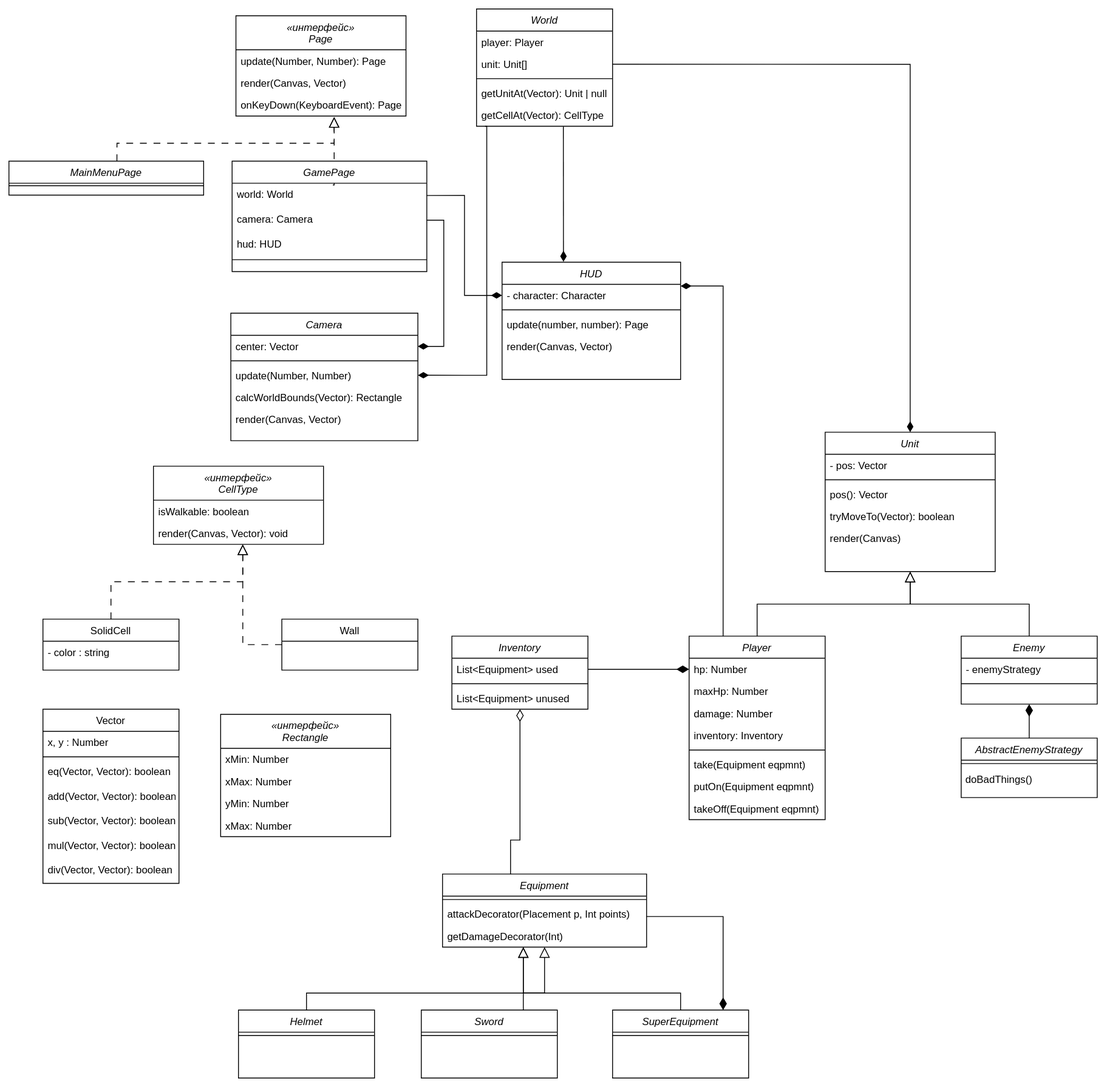
Above: images/Диаграмма классов.drawio.svg in Nikolai-SE/Roguelike (draw.io), before the change. Source tidied: cells renumbered, new cells last; positions are measured from the earlier drawing's top-left corner, leaving out a move shared by most shapes.
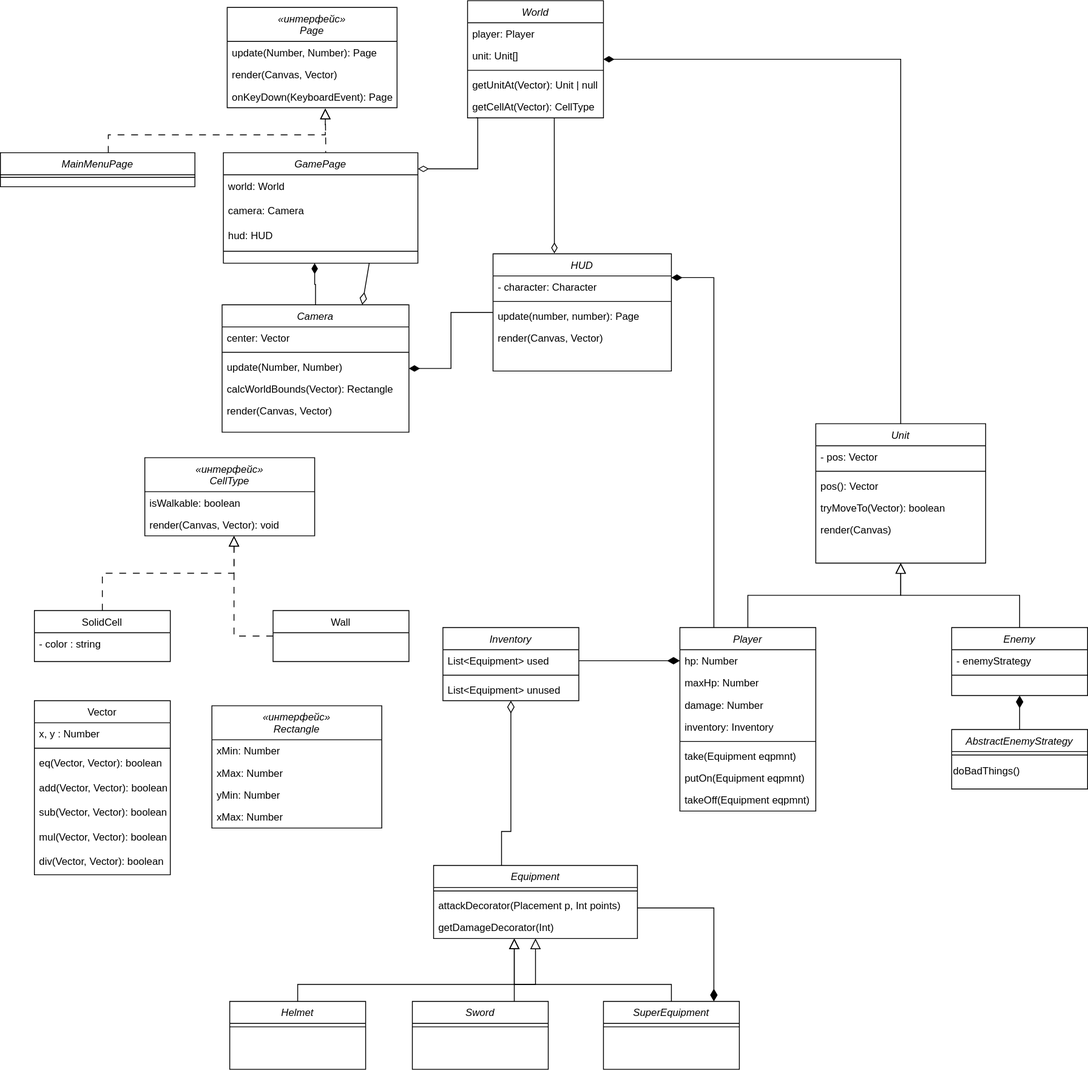
Above is the later version.

What changed in the source:
```diff
@@ -250,10 +250,14 @@
       <mxGeometry relative="1" as="geometry">
         <mxPoint x="382.5" y="127" as="targetPoint" />
         <Array as="points">
-          <mxPoint x="382.5" y="207" />
+          <mxPoint x="383" y="179" />
+          <mxPoint x="383" y="168" />
         </Array>
       </mxGeometry>
     </mxCell>
+    <mxCell id="103" style="edgeStyle=none;html=1;exitX=0.75;exitY=1;exitDx=0;exitDy=0;entryX=0.75;entryY=0;entryDx=0;entryDy=0;endArrow=diamondThin;endFill=0;endSize=12;" parent="1" edge="1" source="72" target="64">
+      <mxGeometry relative="1" as="geometry" />
+    </mxCell>
     <mxCell id="72" value="GamePage" style="swimlane;fontStyle=2;align=center;verticalAlign=top;horizontal=1;startSize=26;rounded=0;shadow=0;strokeWidth=1;" parent="1" vertex="1">
       <mxGeometry x="262.5" y="179" width="229" height="130" as="geometry" />
     </mxCell>
@@ -324,30 +328,31 @@
     <mxCell id="92" value="render(Canvas, Vector): void" style="text;align=left;verticalAlign=top;spacingLeft=4;spacingRight=4;overflow=hidden;rounded=0;shadow=0;html=0;" parent="90" vertex="1">
       <mxGeometry y="66" width="200" height="26" as="geometry" />
     </mxCell>
-    <mxCell id="93" style="edgeStyle=orthogonalEdgeStyle;rounded=0;jettySize=auto;html=1;exitX=1;exitY=0.5;exitDx=0;exitDy=0;entryX=0;entryY=0.5;entryDx=0;entryDy=0;endArrow=diamondThin;endFill=1;endSize=10;" parent="1" edge="1" source="73" target="60">
+    <mxCell id="93" style="edgeStyle=orthogonalEdgeStyle;rounded=0;jettySize=auto;html=1;endArrow=diamondThin;endFill=1;endSize=10;" parent="1" edge="1" source="59" target="64">
       <mxGeometry relative="1" as="geometry" />
     </mxCell>
-    <mxCell id="94" style="edgeStyle=orthogonalEdgeStyle;rounded=0;jettySize=auto;html=1;entryX=0.344;entryY=-0.004;entryDx=0;entryDy=0;entryPerimeter=0;endArrow=diamondThin;endFill=1;endSize=10;exitX=0.638;exitY=1.016;exitDx=0;exitDy=0;exitPerimeter=0;" parent="1" edge="1" source="89" target="59">
+    <mxCell id="94" style="edgeStyle=orthogonalEdgeStyle;rounded=0;jettySize=auto;html=1;entryX=0.344;entryY=-0.004;entryDx=0;entryDy=0;entryPerimeter=0;endArrow=diamondThin;endFill=0;endSize=10;exitX=0.638;exitY=1.016;exitDx=0;exitDy=0;exitPerimeter=0;" parent="1" edge="1" source="89" target="59">
       <mxGeometry relative="1" as="geometry">
         <Array as="points">
           <mxPoint x="652" y="140" />
         </Array>
       </mxGeometry>
     </mxCell>
-    <mxCell id="95" style="edgeStyle=orthogonalEdgeStyle;rounded=0;jettySize=auto;html=1;exitX=1;exitY=0.5;exitDx=0;exitDy=0;entryX=1;entryY=0.5;entryDx=0;entryDy=0;endArrow=diamondThin;endFill=1;endSize=10;" parent="1" edge="1" source="74" target="65">
-      <mxGeometry relative="1" as="geometry" />
-    </mxCell>
-    <mxCell id="96" style="edgeStyle=orthogonalEdgeStyle;rounded=0;jettySize=auto;html=1;entryX=1;entryY=0.5;entryDx=0;entryDy=0;endArrow=diamondThin;endFill=1;endSize=10;" parent="1" edge="1" target="67">
+    <mxCell id="96" style="edgeStyle=orthogonalEdgeStyle;rounded=0;jettySize=auto;html=1;endArrow=diamondThin;endFill=0;endSize=10;" parent="1" edge="1" target="72">
       <mxGeometry relative="1" as="geometry">
         <mxPoint x="560" y="138" as="sourcePoint" />
         <Array as="points">
           <mxPoint x="562" y="138" />
-          <mxPoint x="562" y="431" />
+          <mxPoint x="562" y="198" />
         </Array>
       </mxGeometry>
     </mxCell>
-    <mxCell id="97" style="edgeStyle=orthogonalEdgeStyle;rounded=0;jettySize=auto;html=1;exitX=1;exitY=0.5;exitDx=0;exitDy=0;entryX=0.5;entryY=0;entryDx=0;entryDy=0;endArrow=diamondThin;endFill=1;endSize=10;" parent="1" edge="1" source="86" target="19">
-      <mxGeometry relative="1" as="geometry" />
+    <mxCell id="97" style="edgeStyle=orthogonalEdgeStyle;rounded=0;jettySize=auto;html=1;endArrow=diamondThin;endFill=1;endSize=10;" parent="1" edge="1" source="19" target="84">
+      <mxGeometry relative="1" as="geometry">
+        <Array as="points">
+          <mxPoint x="1060" y="69" />
+        </Array>
+      </mxGeometry>
     </mxCell>
     <mxCell id="98" value="«интерфейс» &#10;Rectangle" style="swimlane;fontStyle=2;align=center;verticalAlign=top;horizontal=1;startSize=40;rounded=0;shadow=0;strokeWidth=1;" parent="1" vertex="1">
       <mxGeometry x="249" y="830" width="200" height="144" as="geometry" />
@@ -364,5 +369,13 @@
     <mxCell id="102" value="xMax: Number" style="text;align=left;verticalAlign=top;spacingLeft=4;spacingRight=4;overflow=hidden;rounded=0;shadow=0;html=0;" parent="98" vertex="1">
       <mxGeometry y="118" width="200" height="26" as="geometry" />
     </mxCell>
+    <mxCell id="95" style="edgeStyle=orthogonalEdgeStyle;rounded=0;jettySize=auto;html=1;endArrow=diamondThin;endFill=1;endSize=10;" parent="1" edge="1" source="64" target="72">
+      <mxGeometry relative="1" as="geometry">
+        <Array as="points">
+          <mxPoint x="371" y="334" />
+          <mxPoint x="370" y="334" />
+        </Array>
+      </mxGeometry>
+    </mxCell>
   </root>
 </mxGraphModel>
```
